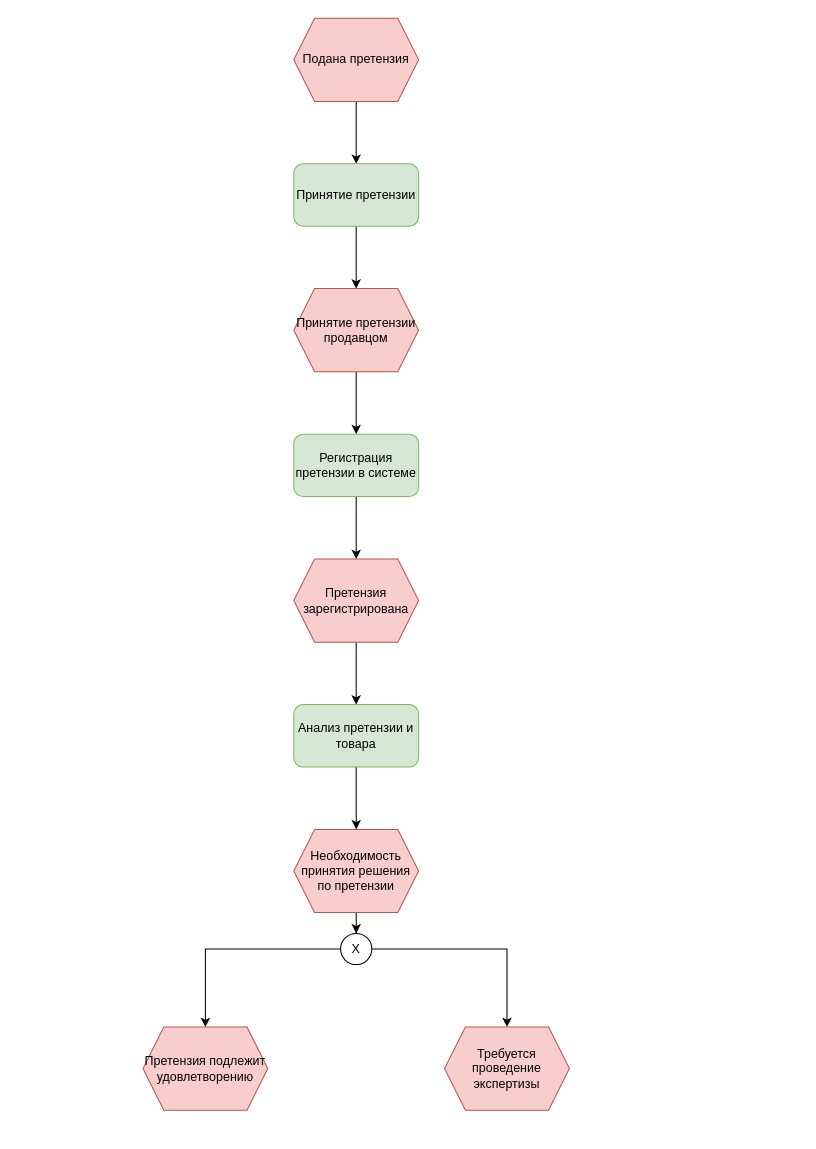
Above: page "Page-1" (1 of 3) of Untitled Diagram.drawio in rxzzd/miabp (draw.io), before the change. Source tidied: cells renumbered, new cells numbered last; positions are measured from the earlier drawing's top-left corner, leaving out a move shared by most shapes. Both pictures are drawn from the tidied source at 104%, with x=0, y=0 at pixel (142, 18).
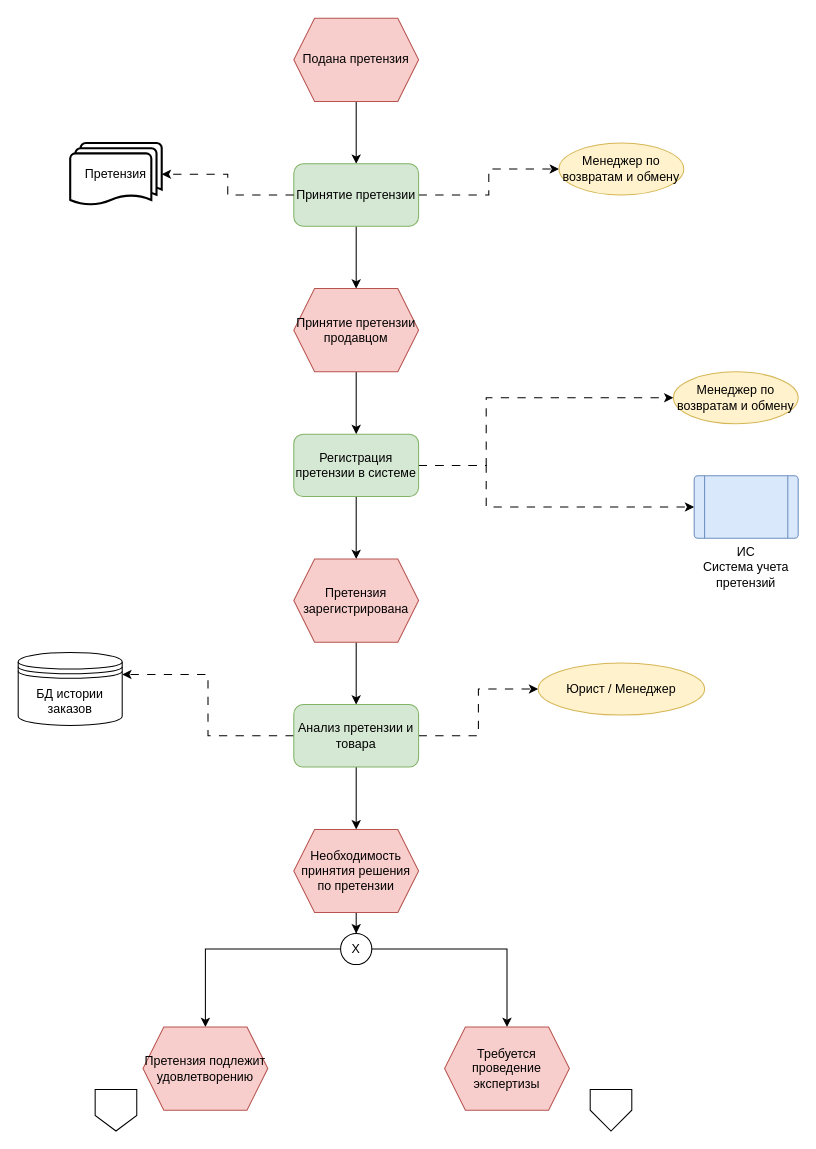
The same page after the edit.

The change refers to these unchanged cells:
```xml
<mxCell id="5" value="Принятие претензии" style="rounded=1;whiteSpace=wrap;html=1;fillColor=#d5e8d4;strokeColor=#82b366;" parent="1" vertex="1">
  <mxGeometry x="145" y="140" width="120" height="60" as="geometry" />
</mxCell>
<mxCell id="9" value="Регистрация претензии в системе" style="rounded=1;whiteSpace=wrap;html=1;fillColor=#d5e8d4;strokeColor=#82b366;" parent="1" vertex="1">
  <mxGeometry x="145" y="400" width="120" height="60" as="geometry" />
</mxCell>
<mxCell id="13" value="Анализ претензии и товара" style="rounded=1;whiteSpace=wrap;html=1;fillColor=#d5e8d4;strokeColor=#82b366;" parent="1" vertex="1">
  <mxGeometry x="145" y="660" width="120" height="60" as="geometry" />
</mxCell>
```

What changed in the source:
```diff
@@
+    <mxCell id="21" style="edgeStyle=orthogonalEdgeStyle;rounded=0;jettySize=auto;html=1;entryX=0;entryY=0.5;entryDx=0;entryDy=0;dashed=1;dashPattern=8 8;" parent="1" edge="1" source="5" target="26">
+      <mxGeometry relative="1" as="geometry" />
+    </mxCell>
@@
+    <mxCell id="22" style="edgeStyle=orthogonalEdgeStyle;rounded=0;jettySize=auto;html=1;entryX=0;entryY=0.5;entryDx=0;entryDy=0;dashed=1;dashPattern=8 8;" parent="1" edge="1" source="9" target="29">
+      <mxGeometry relative="1" as="geometry">
+        <Array as="points">
+          <mxPoint x="330" y="430" />
+          <mxPoint x="330" y="365" />
+        </Array>
+      </mxGeometry>
+    </mxCell>
+    <mxCell id="23" style="edgeStyle=orthogonalEdgeStyle;rounded=0;jettySize=auto;html=1;entryX=0;entryY=0.5;entryDx=0;entryDy=0;dashed=1;dashPattern=8 8;" parent="1" edge="1" source="9" target="30">
+      <mxGeometry relative="1" as="geometry">
+        <Array as="points">
+          <mxPoint x="330" y="430" />
+          <mxPoint x="330" y="470" />
+        </Array>
+      </mxGeometry>
+    </mxCell>
@@
+    <mxCell id="24" style="edgeStyle=orthogonalEdgeStyle;rounded=0;jettySize=auto;html=1;entryX=1;entryY=0.3;entryDx=0;entryDy=0;dashed=1;dashPattern=8 8;" parent="1" edge="1" source="13" target="31">
+      <mxGeometry relative="1" as="geometry" />
+    </mxCell>
+    <mxCell id="25" style="edgeStyle=orthogonalEdgeStyle;rounded=0;jettySize=auto;html=1;entryX=0;entryY=0.5;entryDx=0;entryDy=0;dashed=1;dashPattern=8 8;" parent="1" edge="1" source="13" target="32">
+      <mxGeometry relative="1" as="geometry" />
+    </mxCell>
@@
+    <mxCell id="26" value="Менеджер по возвратам и обмену" style="ellipse;whiteSpace=wrap;html=1;fillColor=#fff2cc;strokeColor=#d6b656;" parent="1" vertex="1">
+      <mxGeometry x="400" y="120" width="120" height="50" as="geometry" />
+    </mxCell>
+    <mxCell id="27" value="Претензия" style="strokeWidth=2;html=1;shape=mxgraph.flowchart.multi-document;whiteSpace=wrap;" parent="1" vertex="1">
+      <mxGeometry x="-70" y="120" width="88" height="60" as="geometry" />
+    </mxCell>
+    <mxCell id="28" style="edgeStyle=orthogonalEdgeStyle;rounded=0;jettySize=auto;html=1;entryX=1;entryY=0.5;entryDx=0;entryDy=0;entryPerimeter=0;dashed=1;dashPattern=8 8;" parent="1" edge="1" source="5" target="27">
+      <mxGeometry relative="1" as="geometry" />
+    </mxCell>
+    <mxCell id="29" value="Менеджер по возвратам и обмену" style="ellipse;whiteSpace=wrap;html=1;fillColor=#fff2cc;strokeColor=#d6b656;" parent="1" vertex="1">
+      <mxGeometry x="510" y="340" width="120" height="50" as="geometry" />
+    </mxCell>
+    <mxCell id="30" value="ИС&lt;div&gt;Система учета претензий&lt;/div&gt;" style="verticalLabelPosition=bottom;verticalAlign=top;html=1;shape=process;whiteSpace=wrap;rounded=1;size=0.09999999999999773;arcSize=6;fillColor=#dae8fc;strokeColor=#6c8ebf;" parent="1" vertex="1">
+      <mxGeometry x="530" y="440" width="100" height="60" as="geometry" />
+    </mxCell>
+    <mxCell id="31" value="БД истории заказов" style="shape=datastore;whiteSpace=wrap;html=1;" parent="1" vertex="1">
+      <mxGeometry x="-120" y="610" width="100" height="70" as="geometry" />
+    </mxCell>
+    <mxCell id="32" value="Юрист / Менеджер" style="ellipse;whiteSpace=wrap;html=1;fillColor=#fff2cc;strokeColor=#d6b656;" parent="1" vertex="1">
+      <mxGeometry x="380" y="620" width="160" height="50" as="geometry" />
+    </mxCell>
+    <mxCell id="33" style="verticalLabelPosition=bottom;verticalAlign=top;html=1;shape=offPageConnector;rounded=0;size=0.5;" parent="1" vertex="1">
+      <mxGeometry x="430" y="1030" width="40" height="40" as="geometry" />
+    </mxCell>
+    <mxCell id="34" style="shape=offPageConnector;whiteSpace=wrap;html=1;" parent="1" vertex="1">
+      <mxGeometry x="-46" y="1030" width="40" height="40" as="geometry" />
+    </mxCell>
```
